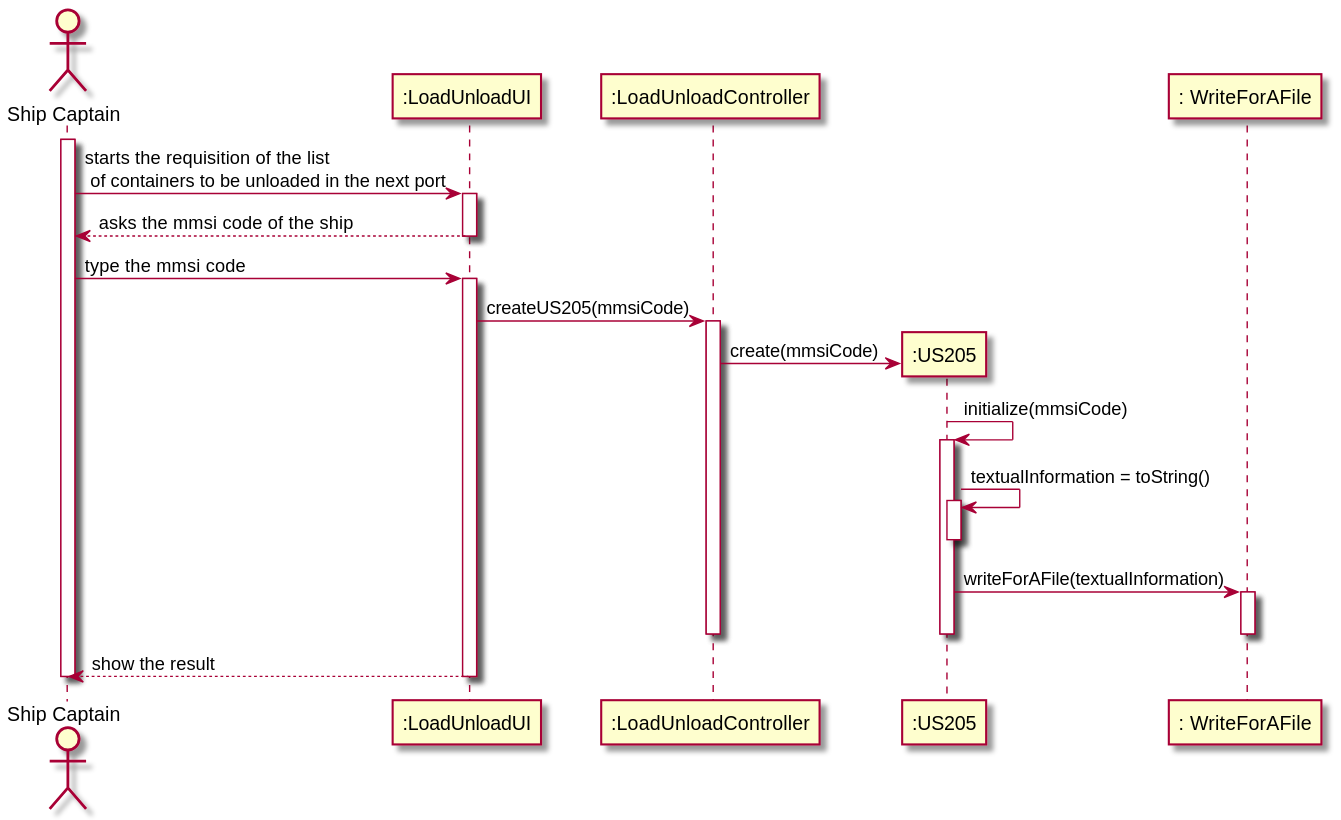
0franciscor/lapr3-2021-g042 keeps this PlantUML diagram as docs/US205/US205_SD.svg. Above is the earlier version. Source of this version:
```plantuml
@startuml

actor "Ship Captain" as SC
participant ":LoadUnloadUI" as UI
participant ":LoadUnloadController" as CT
participant ":US205" as US
participant ": WriteForAFile" as WF



activate SC
SC -> UI : starts the requisition of the list \n of containers to be unloaded in the next port
activate UI
UI --> SC : asks the mmsi code of the ship
deactivate UI
SC -> UI : type the mmsi code


activate UI
UI->CT : createUS205(mmsiCode)
activate CT


CT -> US** : create(mmsiCode)

US -> US: initialize(mmsiCode)
activate US

US -> US : textualInformation = toString()
activate US
deactivate US
US -> WF : writeForAFile(textualInformation)

activate WF
deactivate WF

deactivate US

deactivate CT
UI-->SC : show the result
deactivate UI
deactivate SC
@enduml
```
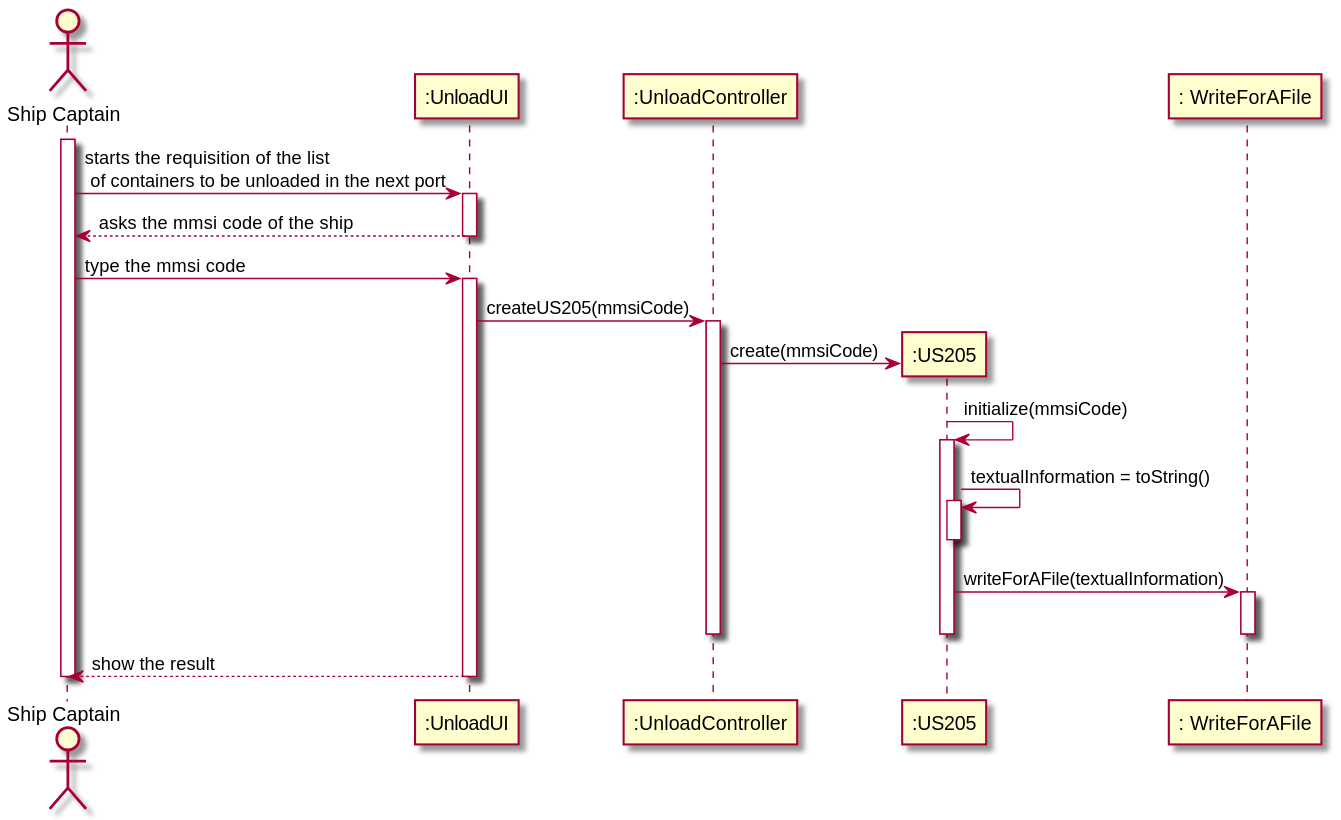
After the change.

Diff of the diagram source:
```diff
@@ -1,8 +1,8 @@
 @startuml
 
 actor "Ship Captain" as SC
-participant ":LoadUnloadUI" as UI
-participant ":LoadUnloadController" as CT
+participant ":UnloadUI" as UI
+participant ":UnloadController" as CT
 participant ":US205" as US
 participant ": WriteForAFile" as WF
 
```
